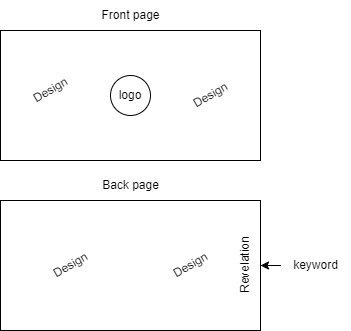
Above: Images/cskeycard.png in NoobplayerXD0903/BBresource (draw.io), before the change. Source tidied: cells renumbered, new cells last; positions are measured from the earlier drawing's top-left corner, leaving out a move shared by most shapes.
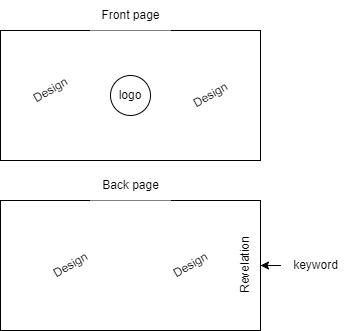
The same diagram one commit later.

What changed in the source:
```diff
@@ -11,10 +11,10 @@
     <mxCell id="4" value="logo" style="ellipse;whiteSpace=wrap;html=1;" parent="1" vertex="1">
       <mxGeometry x="110" y="75" width="40" height="40" as="geometry" />
     </mxCell>
-    <mxCell id="5" value="Front page" style="text;html=1;align=center;verticalAlign=middle;strokeColor=none;fillColor=none;" parent="1" vertex="1">
+    <mxCell id="5" value="Front page" style="text;html=1;align=center;verticalAlign=middle;strokeColor=none;fillColor=#FFFFFF;" parent="1" vertex="1">
       <mxGeometry x="90" width="80" height="30" as="geometry" />
     </mxCell>
-    <mxCell id="6" value="Back page" style="text;html=1;align=center;verticalAlign=middle;strokeColor=none;fillColor=none;" parent="1" vertex="1">
+    <mxCell id="6" value="Back page" style="text;html=1;align=center;verticalAlign=middle;strokeColor=none;fillColor=#FFFFFF;" parent="1" vertex="1">
       <mxGeometry x="90" y="170" width="80" height="30" as="geometry" />
     </mxCell>
     <mxCell id="7" value="Design" style="text;html=1;align=center;verticalAlign=middle;strokeColor=none;fillColor=none;rotation=-30;" parent="1" vertex="1">
```
